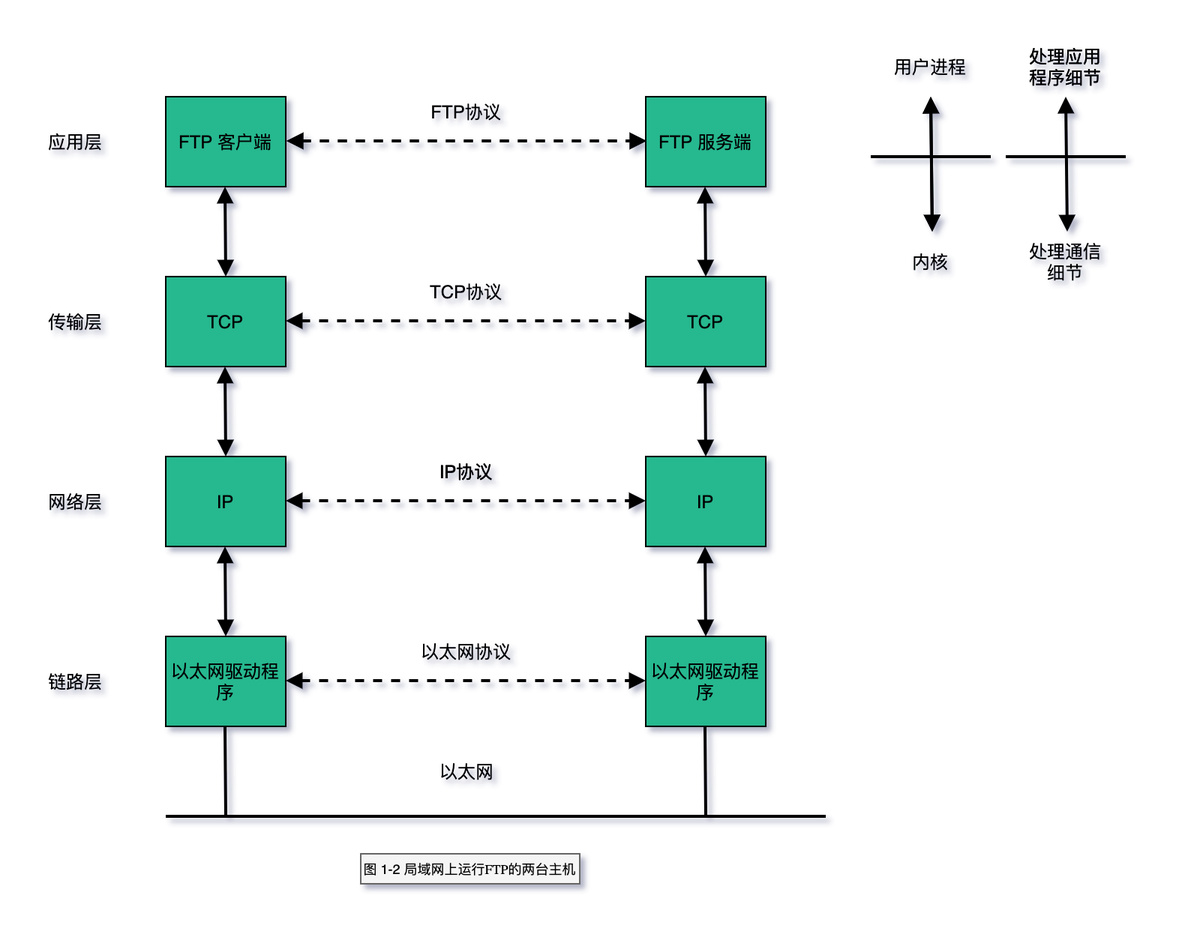
web1992/read keeps this draw.io diagram as tcp-ip/TCP-IP-详解-卷1/images/TCP-IP-1-2.png. Above is the earlier version. Source tidied: cells renumbered, new cells last; positions are measured from the earlier drawing's top-left corner, leaving out a move shared by most shapes.
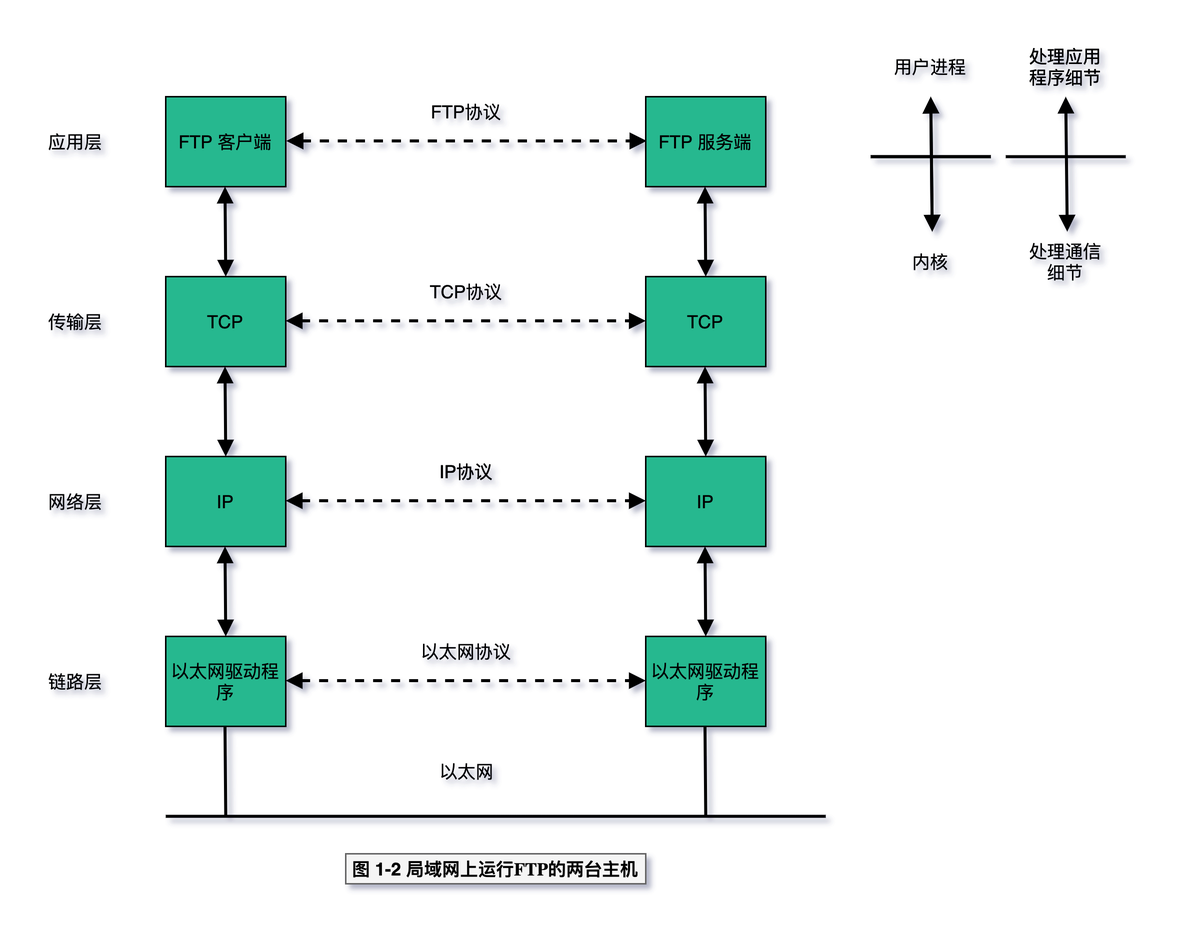
Later version of the same file.

Diff of the diagram source:
```diff
@@ -203,8 +203,8 @@
         </Array>
       </mxGeometry>
     </mxCell>
-    <mxCell id="47" value="&lt;p class=&quot;p1&quot; style=&quot;margin: 0px ; font-stretch: normal ; font-size: 9px ; line-height: normal&quot;&gt;图 1-2 局域网上运行&lt;span class=&quot;s1&quot; style=&quot;font-stretch: normal ; line-height: normal ; font-family: &amp;#34;times&amp;#34;&quot;&gt;FTP&lt;/span&gt;的两台主机&lt;/p&gt;" style="text;html=1;strokeColor=#666666;fillColor=#f5f5f5;align=center;verticalAlign=middle;whiteSpace=wrap;rounded=0;labelBackgroundColor=none;" parent="1" vertex="1">
-      <mxGeometry x="210" y="535" width="146" height="20" as="geometry" />
+    <mxCell id="47" value="&lt;p class=&quot;p1&quot; style=&quot;margin: 0px ; font-stretch: normal ; line-height: normal&quot;&gt;&lt;b&gt;图 1-2 局域网上运行&lt;span class=&quot;s1&quot; style=&quot;font-stretch: normal ; line-height: normal ; font-family: &amp;#34;times&amp;#34;&quot;&gt;FTP&lt;/span&gt;的两台主机&lt;/b&gt;&lt;/p&gt;" style="text;html=1;strokeColor=#666666;fillColor=#f5f5f5;align=center;verticalAlign=middle;whiteSpace=wrap;rounded=0;labelBackgroundColor=none;" parent="1" vertex="1">
+      <mxGeometry x="200" y="535" width="200" height="20" as="geometry" />
     </mxCell>
   </root>
 </mxGraphModel>
```
